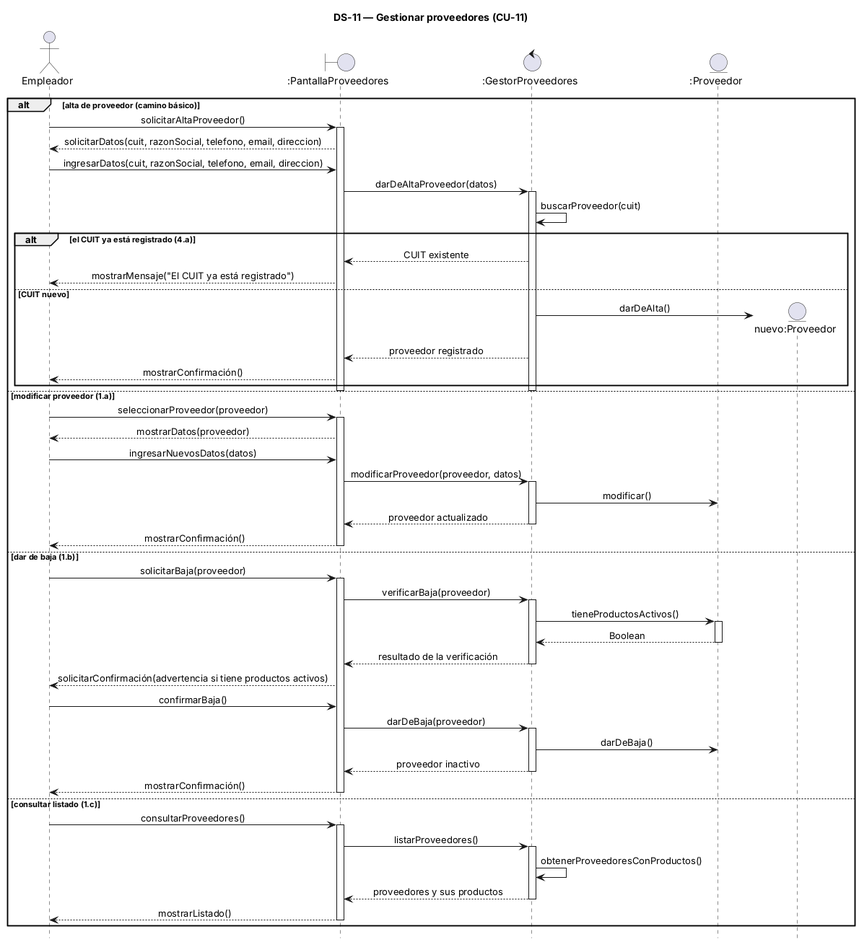
Above: 08-Diagrama De Secuencia/DS-11 Gestionar proveedores.png in alanbalzaretti123/control-de-stock1 (PlantUML), before the change. The source it was exported from:
```plantuml
@startuml
title DS-11 — Gestionar proveedores (CU-11)
hide footbox
skinparam sequenceMessageAlign center
skinparam responseMessageBelowArrow true

actor "Empleador" as U
boundary ":PantallaProveedores" as P
control ":GestorProveedores" as G
entity ":Proveedor" as PV

alt alta de proveedor (camino básico)
  U -> P : solicitarAltaProveedor()
  activate P
  P --> U : solicitarDatos(cuit, razonSocial, telefono, email, direccion)
  U -> P : ingresarDatos(cuit, razonSocial, telefono, email, direccion)
  P -> G : darDeAltaProveedor(datos)
  activate G
  G -> G : buscarProveedor(cuit)
  alt el CUIT ya está registrado (4.a)
    G --> P : CUIT existente
    P --> U : mostrarMensaje("El CUIT ya está registrado")
  else CUIT nuevo
    create entity "nuevo:Proveedor" as N
    G -> N : darDeAlta()
    G --> P : proveedor registrado
    P --> U : mostrarConfirmación()
  end
  deactivate G
  deactivate P

else modificar proveedor (1.a)
  U -> P : seleccionarProveedor(proveedor)
  activate P
  P --> U : mostrarDatos(proveedor)
  U -> P : ingresarNuevosDatos(datos)
  P -> G : modificarProveedor(proveedor, datos)
  activate G
  G -> PV : modificar()
  G --> P : proveedor actualizado
  deactivate G
  P --> U : mostrarConfirmación()
  deactivate P

else dar de baja (1.b)
  U -> P : solicitarBaja(proveedor)
  activate P
  P -> G : verificarBaja(proveedor)
  activate G
  G -> PV : tieneProductosActivos()
  activate PV
  PV --> G : Boolean
  deactivate PV
  G --> P : resultado de la verificación
  deactivate G
  P --> U : solicitarConfirmación(advertencia si tiene productos activos)
  U -> P : confirmarBaja()
  P -> G : darDeBaja(proveedor)
  activate G
  G -> PV : darDeBaja()
  G --> P : proveedor inactivo
  deactivate G
  P --> U : mostrarConfirmación()
  deactivate P

else consultar listado (1.c)
  U -> P : consultarProveedores()
  activate P
  P -> G : listarProveedores()
  activate G
  G -> G : obtenerProveedoresConProductos()
  G --> P : proveedores y sus productos
  deactivate G
  P --> U : mostrarListado()
  deactivate P
end
@enduml
```
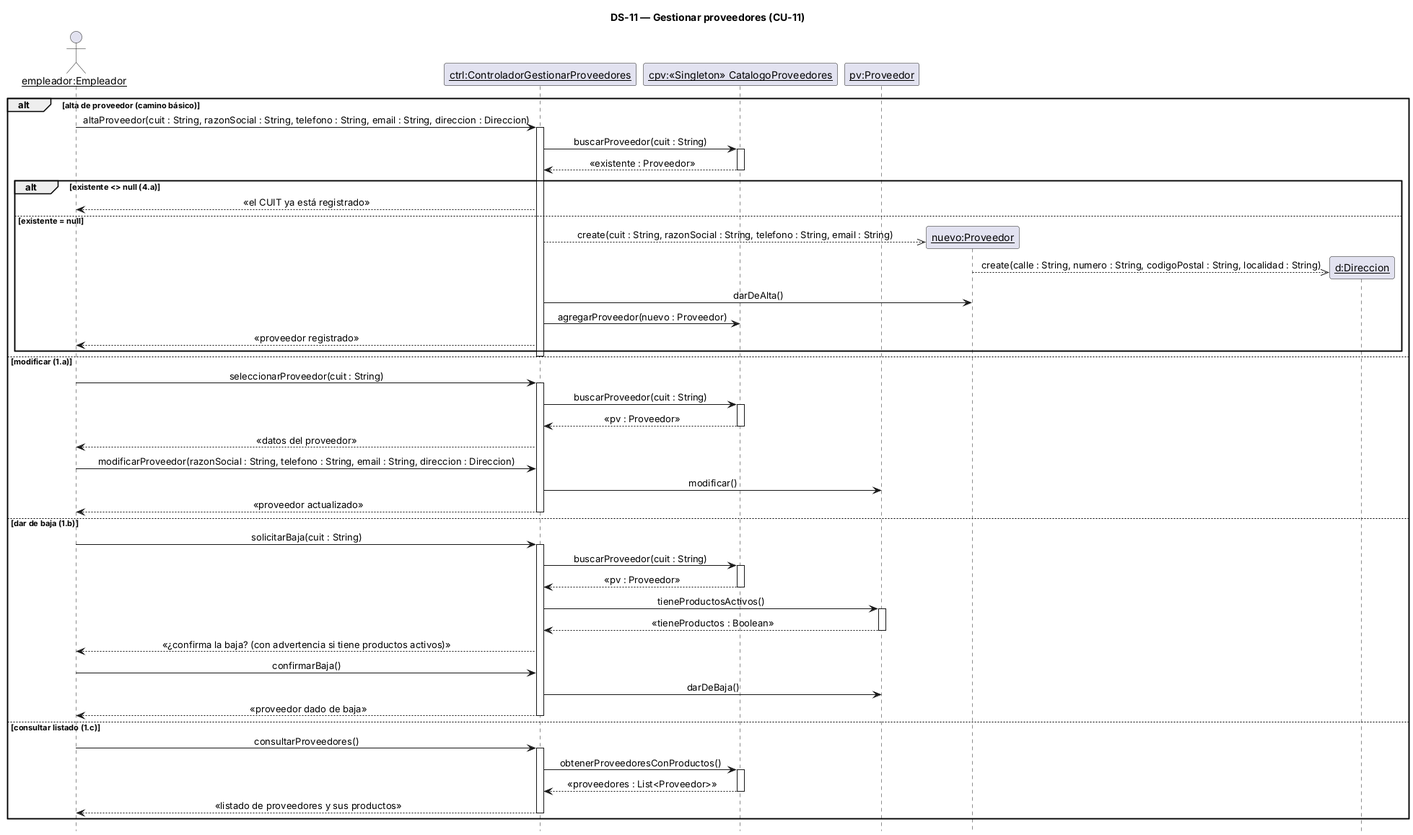
After the commit.

Diff of the diagram source:
```diff
@@ -3,75 +3,68 @@
 hide footbox
 skinparam sequenceMessageAlign center
 skinparam responseMessageBelowArrow true
+skinparam sequenceParticipant underline
 
-actor "Empleador" as U
-boundary ":PantallaProveedores" as P
-control ":GestorProveedores" as G
-entity ":Proveedor" as PV
+actor "empleador:Empleador" as U
+participant "ctrl:ControladorGestionarProveedores" as C
+participant "cpv:«Singleton» CatalogoProveedores" as CPV
+participant "pv:Proveedor" as PV
 
 alt alta de proveedor (camino básico)
-  U -> P : solicitarAltaProveedor()
-  activate P
-  P --> U : solicitarDatos(cuit, razonSocial, telefono, email, direccion)
-  U -> P : ingresarDatos(cuit, razonSocial, telefono, email, direccion)
-  P -> G : darDeAltaProveedor(datos)
-  activate G
-  G -> G : buscarProveedor(cuit)
-  alt el CUIT ya está registrado (4.a)
-    G --> P : CUIT existente
-    P --> U : mostrarMensaje("El CUIT ya está registrado")
-  else CUIT nuevo
-    create entity "nuevo:Proveedor" as N
-    G -> N : darDeAlta()
-    G --> P : proveedor registrado
-    P --> U : mostrarConfirmación()
+  U -> C : altaProveedor(cuit : String, razonSocial : String, telefono : String, email : String, direccion : Direccion)
+  activate C
+  C -> CPV : buscarProveedor(cuit : String)
+  activate CPV
+  CPV --> C : «existente : Proveedor»
+  deactivate CPV
+  alt existente <> null (4.a)
+    C --> U : «el CUIT ya está registrado»
+  else existente = null
+    create participant "nuevo:Proveedor" as N
+    C -->> N : create(cuit : String, razonSocial : String, telefono : String, email : String)
+    create participant "d:Direccion" as DI
+    N -->> DI : create(calle : String, numero : String, codigoPostal : String, localidad : String)
+    C -> N : darDeAlta()
+    C -> CPV : agregarProveedor(nuevo : Proveedor)
+    C --> U : «proveedor registrado»
   end
-  deactivate G
-  deactivate P
-
-else modificar proveedor (1.a)
-  U -> P : seleccionarProveedor(proveedor)
-  activate P
-  P --> U : mostrarDatos(proveedor)
-  U -> P : ingresarNuevosDatos(datos)
-  P -> G : modificarProveedor(proveedor, datos)
-  activate G
-  G -> PV : modificar()
-  G --> P : proveedor actualizado
-  deactivate G
-  P --> U : mostrarConfirmación()
-  deactivate P
-
+  deactivate C
+else modificar (1.a)
+  U -> C : seleccionarProveedor(cuit : String)
+  activate C
+  C -> CPV : buscarProveedor(cuit : String)
+  activate CPV
+  CPV --> C : «pv : Proveedor»
+  deactivate CPV
+  C --> U : «datos del proveedor»
+  U -> C : modificarProveedor(razonSocial : String, telefono : String, email : String, direccion : Direccion)
+  C -> PV : modificar()
+  C --> U : «proveedor actualizado»
+  deactivate C
 else dar de baja (1.b)
-  U -> P : solicitarBaja(proveedor)
-  activate P
-  P -> G : verificarBaja(proveedor)
-  activate G
-  G -> PV : tieneProductosActivos()
+  U -> C : solicitarBaja(cuit : String)
+  activate C
+  C -> CPV : buscarProveedor(cuit : String)
+  activate CPV
+  CPV --> C : «pv : Proveedor»
+  deactivate CPV
+  C -> PV : tieneProductosActivos()
   activate PV
-  PV --> G : Boolean
+  PV --> C : «tieneProductos : Boolean»
   deactivate PV
-  G --> P : resultado de la verificación
-  deactivate G
-  P --> U : solicitarConfirmación(advertencia si tiene productos activos)
-  U -> P : confirmarBaja()
-  P -> G : darDeBaja(proveedor)
-  activate G
-  G -> PV : darDeBaja()
-  G --> P : proveedor inactivo
-  deactivate G
-  P --> U : mostrarConfirmación()
-  deactivate P
-
+  C --> U : «¿confirma la baja? (con advertencia si tiene productos activos)»
+  U -> C : confirmarBaja()
+  C -> PV : darDeBaja()
+  C --> U : «proveedor dado de baja»
+  deactivate C
 else consultar listado (1.c)
-  U -> P : consultarProveedores()
-  activate P
-  P -> G : listarProveedores()
-  activate G
-  G -> G : obtenerProveedoresConProductos()
-  G --> P : proveedores y sus productos
-  deactivate G
-  P --> U : mostrarListado()
-  deactivate P
+  U -> C : consultarProveedores()
+  activate C
+  C -> CPV : obtenerProveedoresConProductos()
+  activate CPV
+  CPV --> C : «proveedores : List<Proveedor>»
+  deactivate CPV
+  C --> U : «listado de proveedores y sus productos»
+  deactivate C
 end
 @enduml
```
